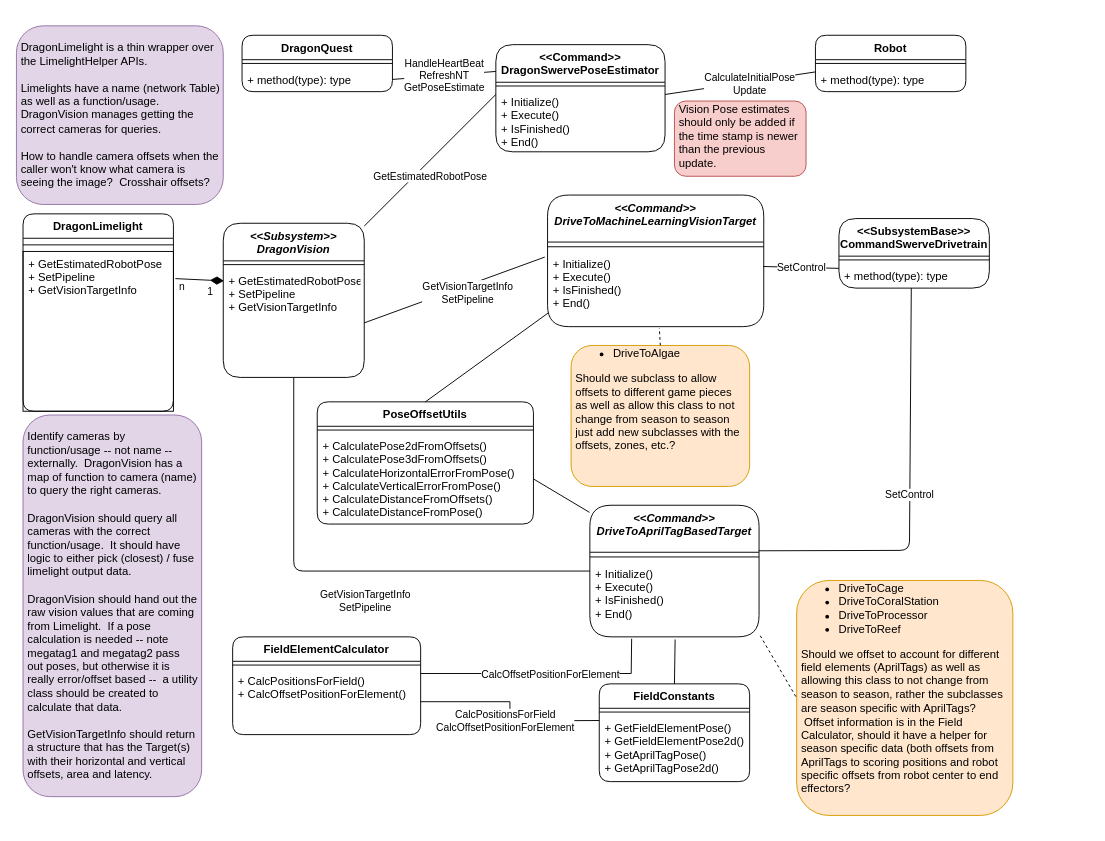
Team302/SystemCoreCpp keeps this draw.io diagram as page "Page-1" (1 of 2) of documents/vision/visionRefactor2..drawio. Above is the earlier version. Source tidied: cells renumbered, new cells numbered last; positions are measured from the earlier drawing's top-left corner, leaving out a move shared by most shapes. Both pictures are drawn from the tidied source at 94%, with x=0, y=0 at pixel (16, 25).
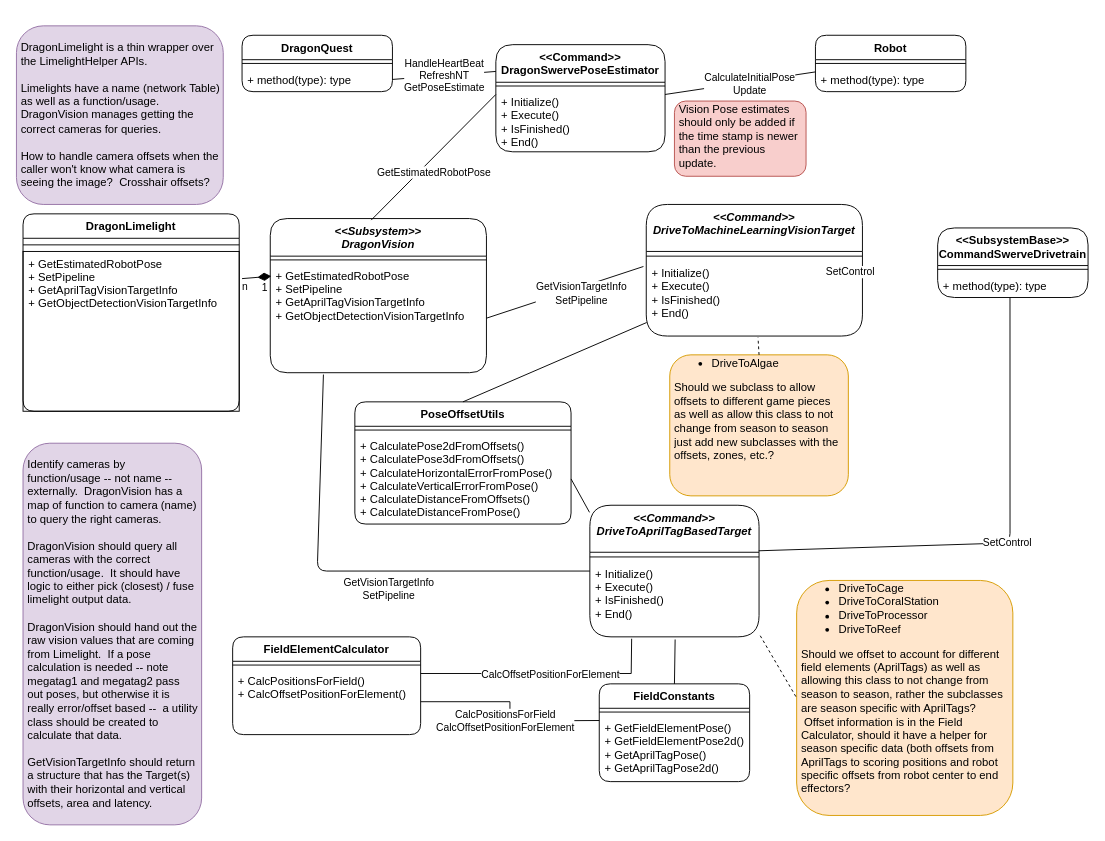
Above is the later version.

Unchanged cells that the change refers to:
```xml
<mxCell id="25" value="&lt;&lt;Command&gt;&gt;&#10;DriveToAprilTagBasedTarget" style="swimlane;fontStyle=3;align=center;verticalAlign=top;horizontal=1;startSize=50;rounded=1;" parent="1" vertex="1">
  <mxGeometry x="610" y="510" width="180" height="140" as="geometry" />
</mxCell>
<mxCell id="27" value="+ Initialize()&#10;+ Execute()&#10;+ IsFinished()&#10;+ End()" style="text;strokeColor=none;fillColor=none;align=left;verticalAlign=top;spacingLeft=4;spacingRight=4;overflow=hidden;points=[[0,0.5],[1,0.5]];portConstraint=eastwest;" parent="25" vertex="1">
  <mxGeometry y="60" width="180" height="80" as="geometry" />
</mxCell>
<mxCell id="36" value="+ method(type): type" style="text;strokeColor=none;fillColor=none;align=left;verticalAlign=top;spacingLeft=4;spacingRight=4;overflow=hidden;points=[[0,0.5],[1,0.5]];portConstraint=eastwest;" parent="34" vertex="1">
  <mxGeometry y="48" width="160" height="26" as="geometry" />
</mxCell>
```

Change to the diagram source:
```diff
@@
     <mxCell id="2" value="DragonLimelight" style="swimlane;fontStyle=1;align=center;verticalAlign=top;horizontal=1;startSize=26;rounded=1;" parent="1" vertex="1">
-      <mxGeometry x="7" y="200" width="160" height="210" as="geometry" />
+      <mxGeometry x="7" y="200" width="230" height="210" as="geometry" />
     </mxCell>
     <mxCell id="3" style="line;strokeWidth=1;fillColor=none;align=left;verticalAlign=middle;spacingTop=-1;spacingLeft=3;spacingRight=3;labelPosition=right;" parent="2" vertex="1">
-      <mxGeometry y="26" width="160" height="14" as="geometry" />
+      <mxGeometry y="26" width="230" height="14" as="geometry" />
     </mxCell>
-    <mxCell id="4" value="+ GetEstimatedRobotPose&#10;+ SetPipeline&#10;+ GetVisionTargetInfo&#10;&#10;" style="text;fillColor=none;align=left;verticalAlign=top;spacingLeft=4;spacingRight=4;overflow=hidden;points=[[0,0.5],[1,0.5]];portConstraint=eastwest;strokeColor=#000000;" parent="2" vertex="1">
-      <mxGeometry y="40" width="160" height="170" as="geometry" />
+    <mxCell id="4" value="+ GetEstimatedRobotPose&#10;+ SetPipeline&#10;+ GetAprilTagVisionTargetInfo&#10;+ GetObjectDetectionVisionTargetInfo&#10;" style="text;fillColor=none;align=left;verticalAlign=top;spacingLeft=4;spacingRight=4;overflow=hidden;points=[[0,0.5],[1,0.5]];portConstraint=eastwest;strokeColor=#000000;" parent="2" vertex="1">
+      <mxGeometry y="40" width="230" height="170" as="geometry" />
     </mxCell>
     <mxCell id="5" value="&lt;&lt;Subsystem&gt;&gt;&#10;DragonVision" style="swimlane;fontStyle=3;align=center;verticalAlign=top;horizontal=1;startSize=40;rounded=1;" parent="1" vertex="1">
-      <mxGeometry x="220" y="210" width="150" height="164" as="geometry" />
+      <mxGeometry x="270" y="205" width="230" height="164" as="geometry" />
     </mxCell>
     <mxCell id="6" style="line;strokeWidth=1;fillColor=none;align=left;verticalAlign=middle;spacingTop=-1;spacingLeft=3;spacingRight=3;labelPosition=right;" parent="5" vertex="1">
-      <mxGeometry y="40" width="150" height="8" as="geometry" />
+      <mxGeometry y="40" width="230" height="8" as="geometry" />
     </mxCell>
-    <mxCell id="7" value="+ GetEstimatedRobotPose&#10;+ SetPipeline&#10;+ GetVisionTargetInfo&#10;" style="text;strokeColor=none;fillColor=none;align=left;verticalAlign=top;spacingLeft=4;spacingRight=4;overflow=hidden;points=[[0,0.5],[1,0.5]];portConstraint=eastwest;" parent="5" vertex="1">
-      <mxGeometry y="48" width="150" height="116" as="geometry" />
+    <mxCell id="7" value="+ GetEstimatedRobotPose&#10;+ SetPipeline&#10;+ GetAprilTagVisionTargetInfo&#10;+ GetObjectDetectionVisionTargetInfo&#10;" style="text;strokeColor=none;fillColor=none;align=left;verticalAlign=top;spacingLeft=4;spacingRight=4;overflow=hidden;points=[[0,0.5],[1,0.5]];portConstraint=eastwest;" parent="5" vertex="1">
+      <mxGeometry y="48" width="230" height="116" as="geometry" />
     </mxCell>
@@
-    <mxCell id="13" value="GetEstimatedRobotPose" style="endArrow=none;endFill=0;endSize=24;html=1;entryX=0;entryY=0.5;entryDx=0;entryDy=0;exitX=1;exitY=0.5;exitDx=0;exitDy=0;startArrow=none;startFill=0;" parent="1" edge="1">
+    <mxCell id="13" value="GetEstimatedRobotPose" style="endArrow=none;endFill=0;endSize=24;html=1;entryX=0;entryY=0.5;entryDx=0;entryDy=0;startArrow=none;startFill=0;exitX=0.467;exitY=0.01;exitDx=0;exitDy=0;exitPerimeter=0;" parent="1" edge="1" source="5">
       <mxGeometry x="-0.12" y="-12" relative="1" as="geometry">
-        <mxPoint x="370" y="213" as="sourcePoint" />
         <mxPoint x="510" y="73" as="targetPoint" />
       </mxGeometry>
     </mxCell>
@@
-    <mxCell id="20" style="endArrow=none;endFill=0;endSize=12;html=1;entryX=0;entryY=0.125;entryDx=0;entryDy=0;startArrow=none;startFill=0;entryPerimeter=0;" parent="1" edge="1" source="7" target="27">
+    <mxCell id="20" style="endArrow=none;endFill=0;endSize=12;html=1;entryX=0;entryY=0.125;entryDx=0;entryDy=0;startArrow=none;startFill=0;entryPerimeter=0;exitX=0.246;exitY=1.017;exitDx=0;exitDy=0;exitPerimeter=0;" parent="1" edge="1" source="7" target="27">
       <mxGeometry relative="1" as="geometry">
         <Array as="points">
-          <mxPoint x="295" y="580" />
+          <mxPoint x="320" y="580" />
         </Array>
       </mxGeometry>
     </mxCell>
@@
     <mxCell id="34" value="&lt;&lt;SubsystemBase&gt;&gt;&#10;CommandSwerveDrivetrain" style="swimlane;fontStyle=1;align=center;verticalAlign=top;horizontal=1;startSize=40;rounded=1;strokeColor=#000000;" parent="1" vertex="1">
-      <mxGeometry x="875" y="205" width="160" height="74" as="geometry" />
+      <mxGeometry x="980" y="215" width="160" height="74" as="geometry" />
     </mxCell>
@@
     <mxCell id="39" value="&lt;&lt;Command&gt;&gt;&#10;DriveToMachineLearningVisionTarget" style="swimlane;fontStyle=3;align=center;verticalAlign=top;horizontal=1;startSize=50;rounded=1;" parent="1" vertex="1">
-      <mxGeometry x="565" y="180" width="230" height="140" as="geometry" />
+      <mxGeometry x="670" y="190" width="230" height="140" as="geometry" />
     </mxCell>
@@
     <mxCell id="42" value="&lt;p&gt;&lt;/p&gt;&lt;ul&gt;&lt;li&gt;DriveToAlgae&lt;/li&gt;&lt;/ul&gt;&lt;div&gt;Should we subclass to allow offsets to different game pieces as well as allow this class to not change from season to season just add new subclasses with the offsets, zones, etc.?&lt;/div&gt;&lt;p&gt;&lt;/p&gt;" style="text;html=1;fillColor=#ffe6cc;spacing=5;spacingTop=-20;whiteSpace=wrap;overflow=hidden;rounded=1;strokeColor=#d79b00;" parent="1" vertex="1">
-      <mxGeometry x="590" y="340" width="190" height="150" as="geometry" />
+      <mxGeometry x="695" y="350" width="190" height="150" as="geometry" />
     </mxCell>
@@
     <mxCell id="47" value="SetControl" style="endArrow=none;endFill=0;endSize=24;html=1;exitX=0.481;exitY=1;exitDx=0;exitDy=0;startArrow=none;startFill=0;exitPerimeter=0;entryX=0.998;entryY=0.346;entryDx=0;entryDy=0;entryPerimeter=0;" parent="1" edge="1" source="36" target="25">
       <mxGeometry relative="1" as="geometry">
         <Array as="points">
-          <mxPoint x="950" y="558" />
+          <mxPoint x="1057" y="550" />
         </Array>
       </mxGeometry>
     </mxCell>
     <mxCell id="48" value="&lt;p&gt;&lt;/p&gt;&lt;span style=&quot;background-color: initial;&quot;&gt;&lt;br&gt;Identify cameras by function/usage -- not name -- externally.&amp;nbsp; DragonVision has a map of function to camera (name) to query the right cameras.&lt;br&gt;&lt;/span&gt;&lt;br&gt;&lt;div&gt;DragonVision should query all cameras with the correct function/usage.&amp;nbsp; It should have logic to either pick (closest) / fuse limelight output data.&amp;nbsp;&amp;nbsp;&lt;/div&gt;&lt;div&gt;&lt;br&gt;&lt;/div&gt;&lt;div&gt;DragonVision should hand out the raw vision values that are coming from Limelight.&amp;nbsp; If a pose calculation is needed -- note megatag1 and megatag2 pass out poses, but otherwise it is really error/offset based --&amp;nbsp; a utility class should be created to calculate that data.&lt;/div&gt;&lt;div&gt;&lt;br&gt;&lt;/div&gt;&lt;div&gt;GetVisionTargetInfo should return a structure that has the Target(s) with their horizontal and vertical offsets, area and latency.&lt;/div&gt;&lt;p&gt;&lt;/p&gt;" style="text;html=1;fillColor=#e1d5e7;spacing=5;spacingTop=-20;whiteSpace=wrap;overflow=hidden;rounded=1;strokeColor=#9673a6;" parent="1" vertex="1">
-      <mxGeometry x="7" y="414" width="190" height="406" as="geometry" />
+      <mxGeometry x="7" y="444" width="190" height="406" as="geometry" />
     </mxCell>
     <mxCell id="49" value="PoseOffsetUtils" style="swimlane;fontStyle=1;align=center;verticalAlign=top;horizontal=1;startSize=26;rounded=1;" parent="1" vertex="1">
-      <mxGeometry x="320" y="400" width="230" height="130" as="geometry" />
+      <mxGeometry x="360" y="400" width="230" height="130" as="geometry" />
     </mxCell>
```
